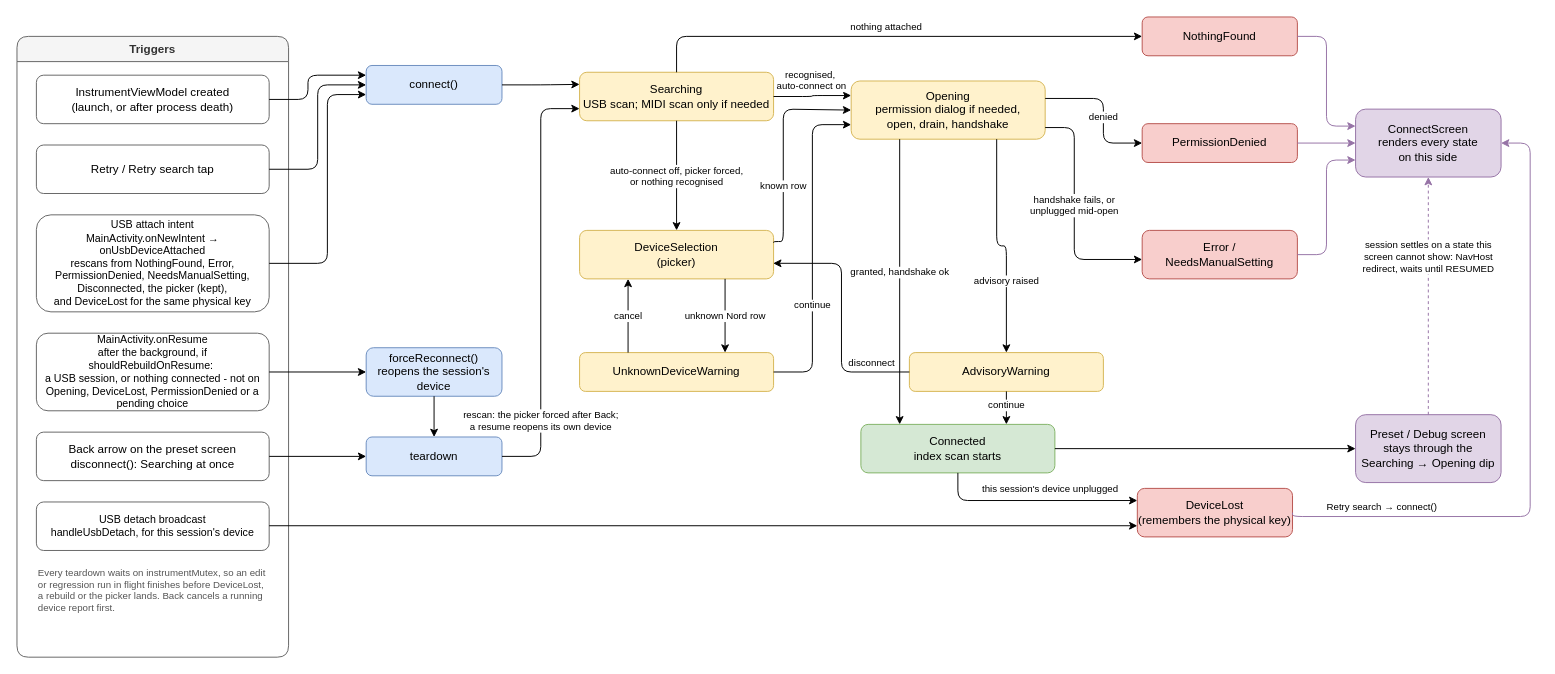
Before: docs/usb_session.drawio in steinachim/patchpilot, a draw.io diagram. Source tidied: cells renumbered, new cells numbered last; positions are measured from the earlier drawing's top-left corner, leaving out a move shared by most shapes. Both pictures are drawn from the tidied source at 97%, with x=0, y=0 at pixel (16, 16).
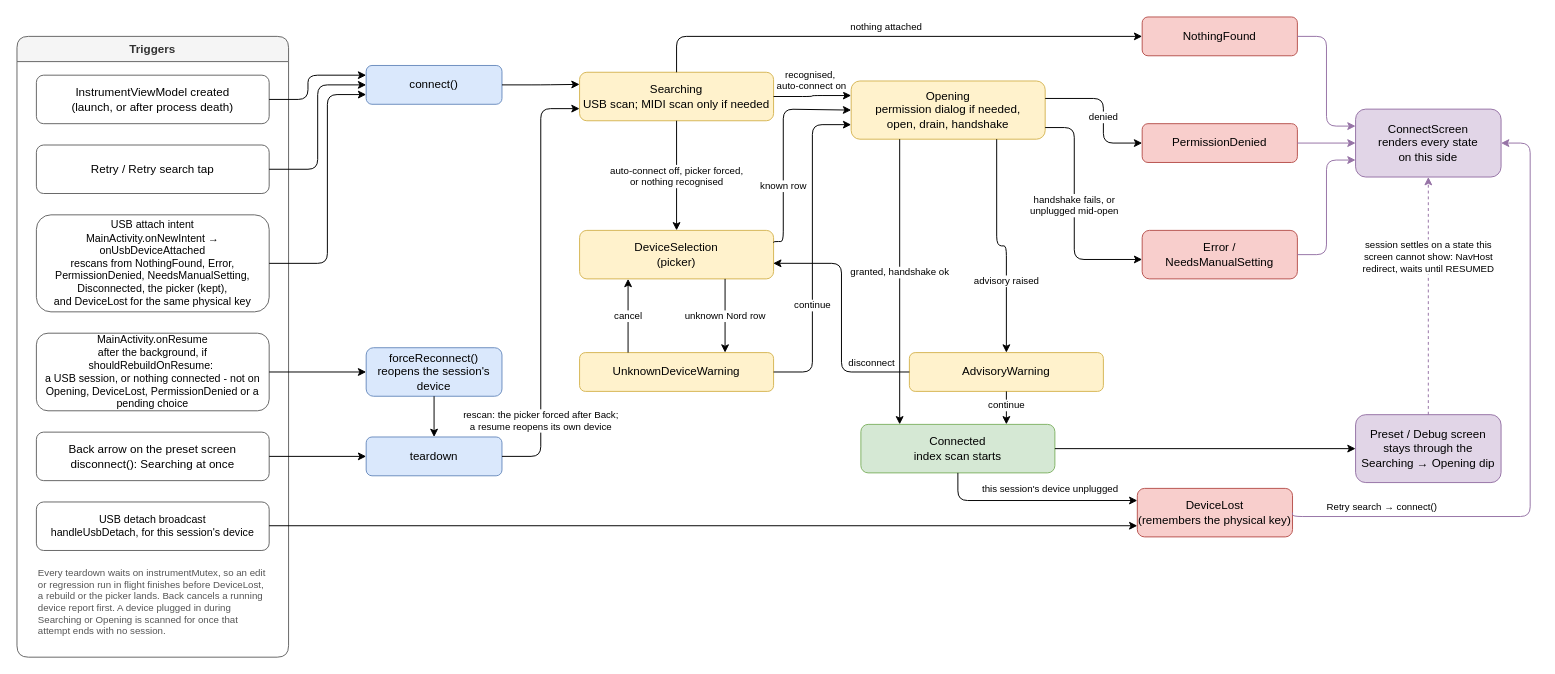
The same diagram, later.

Unchanged cells that the change refers to:
```xml
<mxCell id="2" value="Triggers" style="swimlane;fontStyle=1;horizontal=1;startSize=26;fillColor=#f5f5f5;strokeColor=#666666;fontColor=#333333;rounded=1;" parent="1" vertex="1">
  <mxGeometry y="20" width="280" height="640" as="geometry" />
</mxCell>
```

The edit, as a diff of the source:
```diff
@@
-    <mxCell id="9" value="Every teardown waits on instrumentMutex, so an edit or regression run in flight finishes before DeviceLost, a rebuild or the picker lands. Back cancels a running device report first." style="text;html=1;whiteSpace=wrap;align=left;verticalAlign=top;fontSize=10;fontColor=#555555;" parent="2" vertex="1">
-      <mxGeometry x="20" y="541" width="240" height="50" as="geometry" />
+    <mxCell id="9" value="Every teardown waits on instrumentMutex, so an edit or regression run in flight finishes before DeviceLost, a rebuild or the picker lands. Back cancels a running device report first. A device plugged in during Searching or Opening is scanned for once that attempt ends with no session." style="text;html=1;whiteSpace=wrap;align=left;verticalAlign=top;fontSize=10;fontColor=#555555;" parent="2" vertex="1">
+      <mxGeometry x="20" y="541" width="240" height="80" as="geometry" />
     </mxCell>
```
